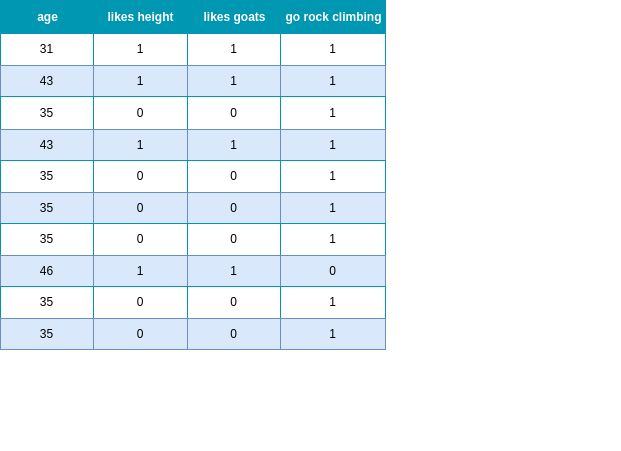
Earlier version of the draw.io export static/images/adaboost/ab_example_clf_data_third_stump.drawio.png (froukje/datamapu). Source tidied: cells renumbered, new cells last; positions are measured from the earlier drawing's top-left corner, leaving out a move shared by most shapes.
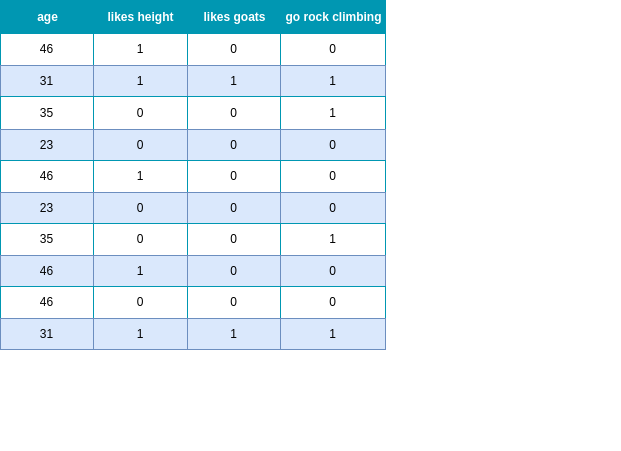
Later version of the same file.

The edit, as a diff of the source:
```diff
@@ -23,22 +23,22 @@
     <mxCell id="8" style="shape=tableRow;horizontal=0;startSize=0;swimlaneHead=0;swimlaneBody=0;top=0;left=0;bottom=0;right=0;fontStyle=0;strokeColor=inherit;fillColor=#ffffff;" parent="2" vertex="1">
       <mxGeometry y="33" width="385" height="32" as="geometry" />
     </mxCell>
-    <mxCell id="9" value="31" style="strokeColor=inherit;fillColor=inherit;align=center;whiteSpace=wrap;html=1;" parent="8" vertex="1">
+    <mxCell id="9" value="46" style="strokeColor=inherit;fillColor=inherit;align=center;whiteSpace=wrap;html=1;" parent="8" vertex="1">
       <mxGeometry width="93" height="32" as="geometry" />
     </mxCell>
     <mxCell id="10" value="1" style="strokeColor=inherit;fillColor=inherit;align=center;whiteSpace=wrap;html=1;" parent="8" vertex="1">
       <mxGeometry x="93" width="94" height="32" as="geometry" />
     </mxCell>
-    <mxCell id="11" value="1" style="strokeColor=inherit;fillColor=inherit;align=center;whiteSpace=wrap;html=1;" parent="8" vertex="1">
+    <mxCell id="11" value="0" style="strokeColor=inherit;fillColor=inherit;align=center;whiteSpace=wrap;html=1;" parent="8" vertex="1">
       <mxGeometry x="187" width="93" height="32" as="geometry" />
     </mxCell>
-    <mxCell id="12" value="1" style="strokeColor=inherit;fillColor=inherit;align=center;whiteSpace=wrap;html=1;" parent="8" vertex="1">
+    <mxCell id="12" value="0" style="strokeColor=inherit;fillColor=inherit;align=center;whiteSpace=wrap;html=1;" parent="8" vertex="1">
       <mxGeometry x="280" width="105" height="32" as="geometry" />
     </mxCell>
     <mxCell id="13" style="shape=tableRow;horizontal=0;startSize=0;swimlaneHead=0;swimlaneBody=0;top=0;left=0;bottom=0;right=0;fontStyle=1;strokeColor=inherit;fillColor=#EAF2D3;" parent="2" vertex="1">
       <mxGeometry y="65" width="385" height="31" as="geometry" />
     </mxCell>
-    <mxCell id="14" value="43" style="strokeColor=#6c8ebf;fillColor=#dae8fc;whiteSpace=wrap;html=1;" parent="13" vertex="1">
+    <mxCell id="14" value="31" style="strokeColor=#6c8ebf;fillColor=#dae8fc;whiteSpace=wrap;html=1;" parent="13" vertex="1">
       <mxGeometry width="93" height="31" as="geometry" />
     </mxCell>
     <mxCell id="15" value="1" style="strokeColor=#6c8ebf;fillColor=#dae8fc;whiteSpace=wrap;html=1;" parent="13" vertex="1">
@@ -68,37 +68,37 @@
     <mxCell id="23" style="shape=tableRow;horizontal=0;startSize=0;swimlaneHead=0;swimlaneBody=0;top=0;left=0;bottom=0;right=0;fontStyle=1;strokeColor=inherit;fillColor=#EAF2D3;" parent="2" vertex="1">
       <mxGeometry y="129" width="385" height="31" as="geometry" />
     </mxCell>
-    <mxCell id="24" value="43" style="strokeColor=#6c8ebf;fillColor=#dae8fc;whiteSpace=wrap;html=1;" parent="23" vertex="1">
+    <mxCell id="24" value="23" style="strokeColor=#6c8ebf;fillColor=#dae8fc;whiteSpace=wrap;html=1;" parent="23" vertex="1">
       <mxGeometry width="93" height="31" as="geometry" />
     </mxCell>
-    <mxCell id="25" value="1" style="strokeColor=#6c8ebf;fillColor=#dae8fc;whiteSpace=wrap;html=1;" parent="23" vertex="1">
+    <mxCell id="25" value="0" style="strokeColor=#6c8ebf;fillColor=#dae8fc;whiteSpace=wrap;html=1;" parent="23" vertex="1">
       <mxGeometry x="93" width="94" height="31" as="geometry" />
     </mxCell>
-    <mxCell id="26" value="1" style="strokeColor=#6c8ebf;fillColor=#dae8fc;whiteSpace=wrap;html=1;" parent="23" vertex="1">
+    <mxCell id="26" value="0" style="strokeColor=#6c8ebf;fillColor=#dae8fc;whiteSpace=wrap;html=1;" parent="23" vertex="1">
       <mxGeometry x="187" width="93" height="31" as="geometry" />
     </mxCell>
-    <mxCell id="27" value="1" style="strokeColor=#6c8ebf;fillColor=#dae8fc;whiteSpace=wrap;html=1;" parent="23" vertex="1">
+    <mxCell id="27" value="0" style="strokeColor=#6c8ebf;fillColor=#dae8fc;whiteSpace=wrap;html=1;" parent="23" vertex="1">
       <mxGeometry x="280" width="105" height="31" as="geometry" />
     </mxCell>
     <mxCell id="28" style="shape=tableRow;horizontal=0;startSize=0;swimlaneHead=0;swimlaneBody=0;top=0;left=0;bottom=0;right=0;fontStyle=0;strokeColor=inherit;fillColor=#ffffff;" parent="2" vertex="1">
       <mxGeometry y="160" width="385" height="32" as="geometry" />
     </mxCell>
-    <mxCell id="29" value="35" style="strokeColor=inherit;fillColor=inherit;align=center;whiteSpace=wrap;html=1;" parent="28" vertex="1">
+    <mxCell id="29" value="46" style="strokeColor=inherit;fillColor=inherit;align=center;whiteSpace=wrap;html=1;" parent="28" vertex="1">
       <mxGeometry width="93" height="32" as="geometry" />
     </mxCell>
-    <mxCell id="30" value="0" style="strokeColor=inherit;fillColor=inherit;align=center;whiteSpace=wrap;html=1;" parent="28" vertex="1">
+    <mxCell id="30" value="1" style="strokeColor=inherit;fillColor=inherit;align=center;whiteSpace=wrap;html=1;" parent="28" vertex="1">
       <mxGeometry x="93" width="94" height="32" as="geometry" />
     </mxCell>
     <mxCell id="31" value="0" style="strokeColor=inherit;fillColor=inherit;align=center;whiteSpace=wrap;html=1;" parent="28" vertex="1">
       <mxGeometry x="187" width="93" height="32" as="geometry" />
     </mxCell>
-    <mxCell id="32" value="1" style="strokeColor=inherit;fillColor=inherit;align=center;whiteSpace=wrap;html=1;" parent="28" vertex="1">
+    <mxCell id="32" value="0" style="strokeColor=inherit;fillColor=inherit;align=center;whiteSpace=wrap;html=1;" parent="28" vertex="1">
       <mxGeometry x="280" width="105" height="32" as="geometry" />
     </mxCell>
     <mxCell id="33" style="shape=tableRow;horizontal=0;startSize=0;swimlaneHead=0;swimlaneBody=0;top=0;left=0;bottom=0;right=0;fontStyle=1;strokeColor=inherit;fillColor=#EAF2D3;" parent="2" vertex="1">
       <mxGeometry y="192" width="385" height="31" as="geometry" />
     </mxCell>
-    <mxCell id="34" value="35" style="strokeColor=#6c8ebf;fillColor=#dae8fc;whiteSpace=wrap;html=1;" parent="33" vertex="1">
+    <mxCell id="34" value="23" style="strokeColor=#6c8ebf;fillColor=#dae8fc;whiteSpace=wrap;html=1;" parent="33" vertex="1">
       <mxGeometry width="93" height="31" as="geometry" />
     </mxCell>
     <mxCell id="35" value="0" style="strokeColor=#6c8ebf;fillColor=#dae8fc;whiteSpace=wrap;html=1;" parent="33" vertex="1">
@@ -107,7 +107,7 @@
     <mxCell id="36" value="0" style="strokeColor=#6c8ebf;fillColor=#dae8fc;whiteSpace=wrap;html=1;" parent="33" vertex="1">
       <mxGeometry x="187" width="93" height="31" as="geometry" />
     </mxCell>
-    <mxCell id="37" value="1" style="strokeColor=#6c8ebf;fillColor=#dae8fc;whiteSpace=wrap;html=1;" parent="33" vertex="1">
+    <mxCell id="37" value="0" style="strokeColor=#6c8ebf;fillColor=#dae8fc;whiteSpace=wrap;html=1;" parent="33" vertex="1">
       <mxGeometry x="280" width="105" height="31" as="geometry" />
     </mxCell>
     <mxCell id="38" style="shape=tableRow;horizontal=0;startSize=0;swimlaneHead=0;swimlaneBody=0;top=0;left=0;bottom=0;right=0;fontStyle=0;strokeColor=inherit;fillColor=#ffffff;" parent="2" vertex="1">
@@ -134,7 +134,7 @@
     <mxCell id="45" value="1" style="strokeColor=#6c8ebf;fillColor=#dae8fc;whiteSpace=wrap;html=1;" parent="43" vertex="1">
       <mxGeometry x="93" width="94" height="31" as="geometry" />
     </mxCell>
-    <mxCell id="46" value="1" style="strokeColor=#6c8ebf;fillColor=#dae8fc;whiteSpace=wrap;html=1;" parent="43" vertex="1">
+    <mxCell id="46" value="0" style="strokeColor=#6c8ebf;fillColor=#dae8fc;whiteSpace=wrap;html=1;" parent="43" vertex="1">
       <mxGeometry x="187" width="93" height="31" as="geometry" />
     </mxCell>
     <mxCell id="47" value="0" style="strokeColor=#6c8ebf;fillColor=#dae8fc;whiteSpace=wrap;html=1;" parent="43" vertex="1">
@@ -143,7 +143,7 @@
     <mxCell id="48" style="shape=tableRow;horizontal=0;startSize=0;swimlaneHead=0;swimlaneBody=0;top=0;left=0;bottom=0;right=0;fontStyle=0;strokeColor=inherit;fillColor=#ffffff;" parent="2" vertex="1">
       <mxGeometry y="286" width="385" height="32" as="geometry" />
     </mxCell>
-    <mxCell id="49" value="35" style="strokeColor=inherit;fillColor=inherit;align=center;whiteSpace=wrap;html=1;" parent="48" vertex="1">
+    <mxCell id="49" value="46" style="strokeColor=inherit;fillColor=inherit;align=center;whiteSpace=wrap;html=1;" parent="48" vertex="1">
       <mxGeometry width="93" height="32" as="geometry" />
     </mxCell>
     <mxCell id="50" value="0" style="strokeColor=inherit;fillColor=inherit;align=center;whiteSpace=wrap;html=1;" parent="48" vertex="1">
@@ -152,19 +152,19 @@
     <mxCell id="51" value="0" style="strokeColor=inherit;fillColor=inherit;align=center;whiteSpace=wrap;html=1;" parent="48" vertex="1">
       <mxGeometry x="187" width="93" height="32" as="geometry" />
     </mxCell>
-    <mxCell id="52" value="1" style="strokeColor=inherit;fillColor=inherit;align=center;whiteSpace=wrap;html=1;" parent="48" vertex="1">
+    <mxCell id="52" value="0" style="strokeColor=inherit;fillColor=inherit;align=center;whiteSpace=wrap;html=1;" parent="48" vertex="1">
       <mxGeometry x="280" width="105" height="32" as="geometry" />
     </mxCell>
     <mxCell id="53" style="shape=tableRow;horizontal=0;startSize=0;swimlaneHead=0;swimlaneBody=0;top=0;left=0;bottom=0;right=0;fontStyle=1;strokeColor=inherit;fillColor=#EAF2D3;" parent="2" vertex="1">
       <mxGeometry y="318" width="385" height="31" as="geometry" />
     </mxCell>
-    <mxCell id="54" value="35" style="strokeColor=#6c8ebf;fillColor=#dae8fc;whiteSpace=wrap;html=1;" parent="53" vertex="1">
+    <mxCell id="54" value="31" style="strokeColor=#6c8ebf;fillColor=#dae8fc;whiteSpace=wrap;html=1;" parent="53" vertex="1">
       <mxGeometry width="93" height="31" as="geometry" />
     </mxCell>
-    <mxCell id="55" value="0" style="strokeColor=#6c8ebf;fillColor=#dae8fc;whiteSpace=wrap;html=1;" parent="53" vertex="1">
+    <mxCell id="55" value="1" style="strokeColor=#6c8ebf;fillColor=#dae8fc;whiteSpace=wrap;html=1;" parent="53" vertex="1">
       <mxGeometry x="93" width="94" height="31" as="geometry" />
     </mxCell>
-    <mxCell id="56" value="0" style="strokeColor=#6c8ebf;fillColor=#dae8fc;whiteSpace=wrap;html=1;" parent="53" vertex="1">
+    <mxCell id="56" value="1" style="strokeColor=#6c8ebf;fillColor=#dae8fc;whiteSpace=wrap;html=1;" parent="53" vertex="1">
       <mxGeometry x="187" width="93" height="31" as="geometry" />
     </mxCell>
     <mxCell id="57" value="1" style="strokeColor=#6c8ebf;fillColor=#dae8fc;whiteSpace=wrap;html=1;" parent="53" vertex="1">
```
